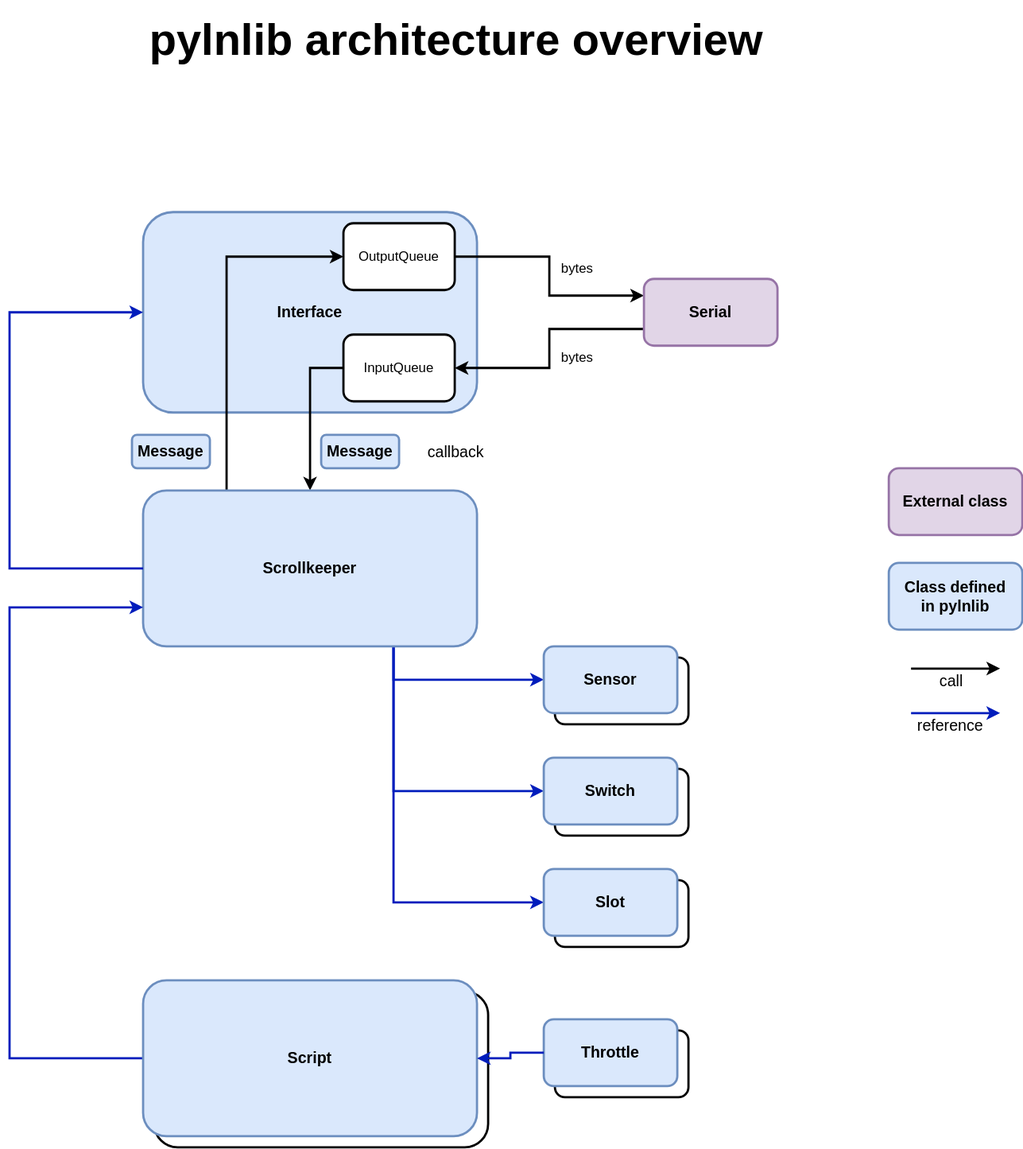
varkenvarken/pylnlib keeps this draw.io diagram as documentation/drawings/pylnlib.drawio.svg. Above is the earlier version. Source tidied: cells renumbered, new cells last; positions are measured from the earlier drawing's top-left corner, leaving out a move shared by most shapes. Its diagram source:
```xml
<mxGraphModel>
  <root>
    <mxCell id="0" />
    <mxCell id="1" parent="0" />
    <mxCell id="2" value="Interface" style="rounded=1;whiteSpace=wrap;html=1;fontStyle=1;fontSize=14;strokeWidth=2;fillColor=#dae8fc;strokeColor=#6c8ebf;" parent="1" vertex="1">
      <mxGeometry x="120" y="190" width="300" height="180" as="geometry" />
    </mxCell>
    <mxCell id="3" style="edgeStyle=orthogonalEdgeStyle;rounded=0;jettySize=auto;html=1;exitX=1;exitY=0.5;exitDx=0;exitDy=0;entryX=0;entryY=0.25;entryDx=0;entryDy=0;strokeWidth=2;" parent="1" edge="1" source="4" target="8">
      <mxGeometry relative="1" as="geometry" />
    </mxCell>
    <mxCell id="4" value="OutputQueue" style="rounded=1;whiteSpace=wrap;html=1;strokeWidth=2;" parent="1" vertex="1">
      <mxGeometry x="300" y="200" width="100" height="60" as="geometry" />
    </mxCell>
    <mxCell id="5" style="edgeStyle=orthogonalEdgeStyle;rounded=0;jettySize=auto;html=1;exitX=0;exitY=0.5;exitDx=0;exitDy=0;strokeWidth=2;" parent="1" edge="1" source="6" target="13">
      <mxGeometry relative="1" as="geometry">
        <Array as="points">
          <mxPoint x="270" y="330" />
        </Array>
      </mxGeometry>
    </mxCell>
    <mxCell id="6" value="InputQueue" style="rounded=1;whiteSpace=wrap;html=1;strokeWidth=2;" parent="1" vertex="1">
      <mxGeometry x="300" y="300" width="100" height="60" as="geometry" />
    </mxCell>
    <mxCell id="7" style="edgeStyle=orthogonalEdgeStyle;rounded=0;jettySize=auto;html=1;exitX=0;exitY=0.75;exitDx=0;exitDy=0;strokeWidth=2;" parent="1" edge="1" source="8" target="6">
      <mxGeometry relative="1" as="geometry" />
    </mxCell>
    <mxCell id="8" value="Serial" style="rounded=1;whiteSpace=wrap;html=1;fontStyle=1;fontSize=14;strokeWidth=2;fillColor=#e1d5e7;strokeColor=#9673a6;" parent="1" vertex="1">
      <mxGeometry x="570" y="250" width="120" height="60" as="geometry" />
    </mxCell>
    <mxCell id="9" style="edgeStyle=orthogonalEdgeStyle;rounded=0;jettySize=auto;html=1;exitX=0.25;exitY=0;exitDx=0;exitDy=0;entryX=0;entryY=0.5;entryDx=0;entryDy=0;strokeWidth=2;" parent="1" edge="1" source="13" target="4">
      <mxGeometry relative="1" as="geometry" />
    </mxCell>
    <mxCell id="10" style="edgeStyle=orthogonalEdgeStyle;rounded=0;jettySize=auto;html=1;exitX=0.75;exitY=1;exitDx=0;exitDy=0;strokeWidth=2;fillColor=#0050ef;strokeColor=#001DBC;" parent="1" edge="1" source="13" target="21">
      <mxGeometry relative="1" as="geometry" />
    </mxCell>
    <mxCell id="11" style="edgeStyle=orthogonalEdgeStyle;rounded=0;jettySize=auto;html=1;exitX=0.75;exitY=1;exitDx=0;exitDy=0;entryX=0;entryY=0.5;entryDx=0;entryDy=0;strokeWidth=2;fillColor=#0050ef;strokeColor=#001DBC;" parent="1" edge="1" source="13" target="23">
      <mxGeometry relative="1" as="geometry" />
    </mxCell>
    <mxCell id="12" style="edgeStyle=orthogonalEdgeStyle;rounded=0;jettySize=auto;html=1;exitX=0.75;exitY=1;exitDx=0;exitDy=0;entryX=0;entryY=0.5;entryDx=0;entryDy=0;strokeWidth=2;fillColor=#0050ef;strokeColor=#001DBC;" parent="1" edge="1" source="13" target="25">
      <mxGeometry relative="1" as="geometry" />
    </mxCell>
    <mxCell id="13" value="Scrollkeeper" style="rounded=1;whiteSpace=wrap;html=1;fontStyle=1;fontSize=14;strokeWidth=2;fillColor=#dae8fc;strokeColor=#6c8ebf;" parent="1" vertex="1">
      <mxGeometry x="120" y="440" width="300" height="140" as="geometry" />
    </mxCell>
    <mxCell id="14" value="bytes" style="text;strokeColor=none;fillColor=none;align=left;verticalAlign=middle;spacingLeft=4;spacingRight=4;overflow=hidden;strokeWidth=2;" parent="1" vertex="1">
      <mxGeometry x="490" y="230" width="40" height="20" as="geometry" />
    </mxCell>
    <mxCell id="15" value="bytes" style="text;strokeColor=none;fillColor=none;align=left;verticalAlign=middle;spacingLeft=4;spacingRight=4;overflow=hidden;strokeWidth=2;" parent="1" vertex="1">
      <mxGeometry x="490" y="310" width="40" height="20" as="geometry" />
    </mxCell>
    <mxCell id="16" value="Message" style="rounded=1;whiteSpace=wrap;html=1;fontStyle=1;fontSize=14;strokeWidth=2;fillColor=#dae8fc;strokeColor=#6c8ebf;" parent="1" vertex="1">
      <mxGeometry x="280" y="390" width="70" height="30" as="geometry" />
    </mxCell>
    <mxCell id="17" value="Message" style="rounded=1;whiteSpace=wrap;html=1;fontStyle=1;fontSize=14;strokeWidth=2;fillColor=#dae8fc;strokeColor=#6c8ebf;" parent="1" vertex="1">
      <mxGeometry x="110" y="390" width="70" height="30" as="geometry" />
    </mxCell>
    <mxCell id="18" value="callback" style="text;strokeColor=none;fillColor=none;align=left;verticalAlign=middle;spacingLeft=4;spacingRight=4;overflow=hidden;fontSize=14;strokeWidth=2;" parent="1" vertex="1">
      <mxGeometry x="370" y="390" width="80" height="30" as="geometry" />
    </mxCell>
    <mxCell id="19" style="edgeStyle=orthogonalEdgeStyle;rounded=0;jettySize=auto;html=1;entryX=0;entryY=0.75;entryDx=0;entryDy=0;fontSize=14;strokeWidth=2;fillColor=#0050ef;strokeColor=#001DBC;exitX=0;exitY=0.5;exitDx=0;exitDy=0;" parent="1" edge="1" source="27" target="13">
      <mxGeometry relative="1" as="geometry">
        <Array as="points">
          <mxPoint y="950" />
          <mxPoint y="545" />
        </Array>
      </mxGeometry>
    </mxCell>
    <mxCell id="20" value="Sensor" style="rounded=1;whiteSpace=wrap;html=1;strokeWidth=2;" parent="1" vertex="1">
      <mxGeometry x="490" y="590" width="120" height="60" as="geometry" />
    </mxCell>
    <mxCell id="21" value="&lt;font style=&quot;font-size: 14px;&quot;&gt;Sensor&lt;/font&gt;" style="rounded=1;whiteSpace=wrap;html=1;fontStyle=1;fontSize=14;strokeWidth=2;fillColor=#dae8fc;strokeColor=#6c8ebf;" parent="1" vertex="1">
      <mxGeometry x="480" y="580" width="120" height="60" as="geometry" />
    </mxCell>
    <mxCell id="22" value="Switch" style="rounded=1;whiteSpace=wrap;html=1;strokeWidth=2;" parent="1" vertex="1">
      <mxGeometry x="490" y="690" width="120" height="60" as="geometry" />
    </mxCell>
    <mxCell id="23" value="Switch" style="rounded=1;whiteSpace=wrap;html=1;fontStyle=1;fontSize=14;strokeWidth=2;fillColor=#dae8fc;strokeColor=#6c8ebf;" parent="1" vertex="1">
      <mxGeometry x="480" y="680" width="120" height="60" as="geometry" />
    </mxCell>
    <mxCell id="24" value="Slot" style="rounded=1;whiteSpace=wrap;html=1;strokeWidth=2;" parent="1" vertex="1">
      <mxGeometry x="490" y="790" width="120" height="60" as="geometry" />
    </mxCell>
    <mxCell id="25" value="Slot" style="rounded=1;whiteSpace=wrap;html=1;fontStyle=1;fontSize=14;strokeWidth=2;fillColor=#dae8fc;strokeColor=#6c8ebf;" parent="1" vertex="1">
      <mxGeometry x="480" y="780" width="120" height="60" as="geometry" />
    </mxCell>
    <mxCell id="26" value="Script" style="rounded=1;whiteSpace=wrap;html=1;fontStyle=1;fontSize=14;strokeWidth=2;" parent="1" vertex="1">
      <mxGeometry x="130" y="890" width="300" height="140" as="geometry" />
    </mxCell>
    <mxCell id="27" value="Script" style="rounded=1;whiteSpace=wrap;html=1;fontStyle=1;fontSize=14;strokeWidth=2;fillColor=#dae8fc;strokeColor=#6c8ebf;" parent="1" vertex="1">
      <mxGeometry x="120" y="880" width="300" height="140" as="geometry" />
    </mxCell>
    <mxCell id="28" value="External class" style="rounded=1;whiteSpace=wrap;html=1;fontStyle=1;fontSize=14;strokeWidth=2;fillColor=#e1d5e7;strokeColor=#9673a6;" parent="1" vertex="1">
      <mxGeometry x="790" y="420" width="120" height="60" as="geometry" />
    </mxCell>
    <mxCell id="29" value="&lt;font style=&quot;font-size: 14px;&quot;&gt;Class defined&lt;br&gt;in pylnlib&lt;br&gt;&lt;/font&gt;" style="rounded=1;whiteSpace=wrap;html=1;fontStyle=1;fontSize=14;strokeWidth=2;fillColor=#dae8fc;strokeColor=#6c8ebf;" parent="1" vertex="1">
      <mxGeometry x="790" y="505" width="120" height="60" as="geometry" />
    </mxCell>
    <mxCell id="30" style="endArrow=classic;html=1;rounded=0;fontSize=14;strokeWidth=2;endFill=1;" parent="1" edge="1">
      <mxGeometry relative="1" as="geometry">
        <mxPoint x="810" y="600" as="sourcePoint" />
        <mxPoint x="890" y="600" as="targetPoint" />
      </mxGeometry>
    </mxCell>
    <mxCell id="31" value="call" style="text;strokeColor=none;fillColor=none;align=left;verticalAlign=middle;spacingLeft=4;spacingRight=4;overflow=hidden;fontSize=14;" parent="1" vertex="1">
      <mxGeometry x="830" y="600" width="30" height="20" as="geometry" />
    </mxCell>
    <mxCell id="32" style="endArrow=classic;html=1;rounded=0;fontSize=14;strokeWidth=2;fillColor=#0050ef;strokeColor=#001DBC;endFill=1;" parent="1" edge="1">
      <mxGeometry relative="1" as="geometry">
        <mxPoint x="810" y="640" as="sourcePoint" />
        <mxPoint x="890" y="640" as="targetPoint" />
      </mxGeometry>
    </mxCell>
    <mxCell id="33" value="reference" style="text;strokeColor=none;fillColor=none;align=left;verticalAlign=middle;spacingLeft=4;spacingRight=4;overflow=hidden;fontSize=14;" parent="1" vertex="1">
      <mxGeometry x="810" y="640" width="70" height="20" as="geometry" />
    </mxCell>
    <mxCell id="34" value="pylnlib architecture overview" style="text;strokeColor=none;fillColor=none;align=left;verticalAlign=middle;spacingLeft=4;spacingRight=4;overflow=hidden;fontSize=40;fontStyle=1;" parent="1" vertex="1">
      <mxGeometry x="120" width="570" height="60" as="geometry" />
    </mxCell>
    <mxCell id="35" style="edgeStyle=orthogonalEdgeStyle;rounded=0;jettySize=auto;html=1;exitX=0;exitY=0.5;exitDx=0;exitDy=0;fontSize=14;strokeWidth=2;fillColor=#0050ef;strokeColor=#001DBC;entryX=0;entryY=0.5;entryDx=0;entryDy=0;" parent="1" edge="1" source="13" target="2">
      <mxGeometry relative="1" as="geometry">
        <Array as="points">
          <mxPoint y="510" />
          <mxPoint y="280" />
        </Array>
      </mxGeometry>
    </mxCell>
    <mxCell id="36" value="Script" style="rounded=1;whiteSpace=wrap;html=1;fontStyle=1;fontSize=14;strokeWidth=2;" parent="1" vertex="1">
      <mxGeometry x="490" y="925" width="120" height="60" as="geometry" />
    </mxCell>
    <mxCell id="37" value="Throttle" style="rounded=1;whiteSpace=wrap;html=1;fontStyle=1;fontSize=14;strokeWidth=2;fillColor=#dae8fc;strokeColor=#6c8ebf;" parent="1" vertex="1">
      <mxGeometry x="480" y="915" width="120" height="60" as="geometry" />
    </mxCell>
    <mxCell id="38" style="edgeStyle=orthogonalEdgeStyle;rounded=0;jettySize=auto;html=1;exitX=0;exitY=0.5;exitDx=0;exitDy=0;entryX=1;entryY=0.5;entryDx=0;entryDy=0;strokeWidth=2;fillColor=#0050ef;strokeColor=#001DBC;" parent="1" edge="1" source="37" target="27">
      <mxGeometry relative="1" as="geometry" />
    </mxCell>
  </root>
</mxGraphModel>
```
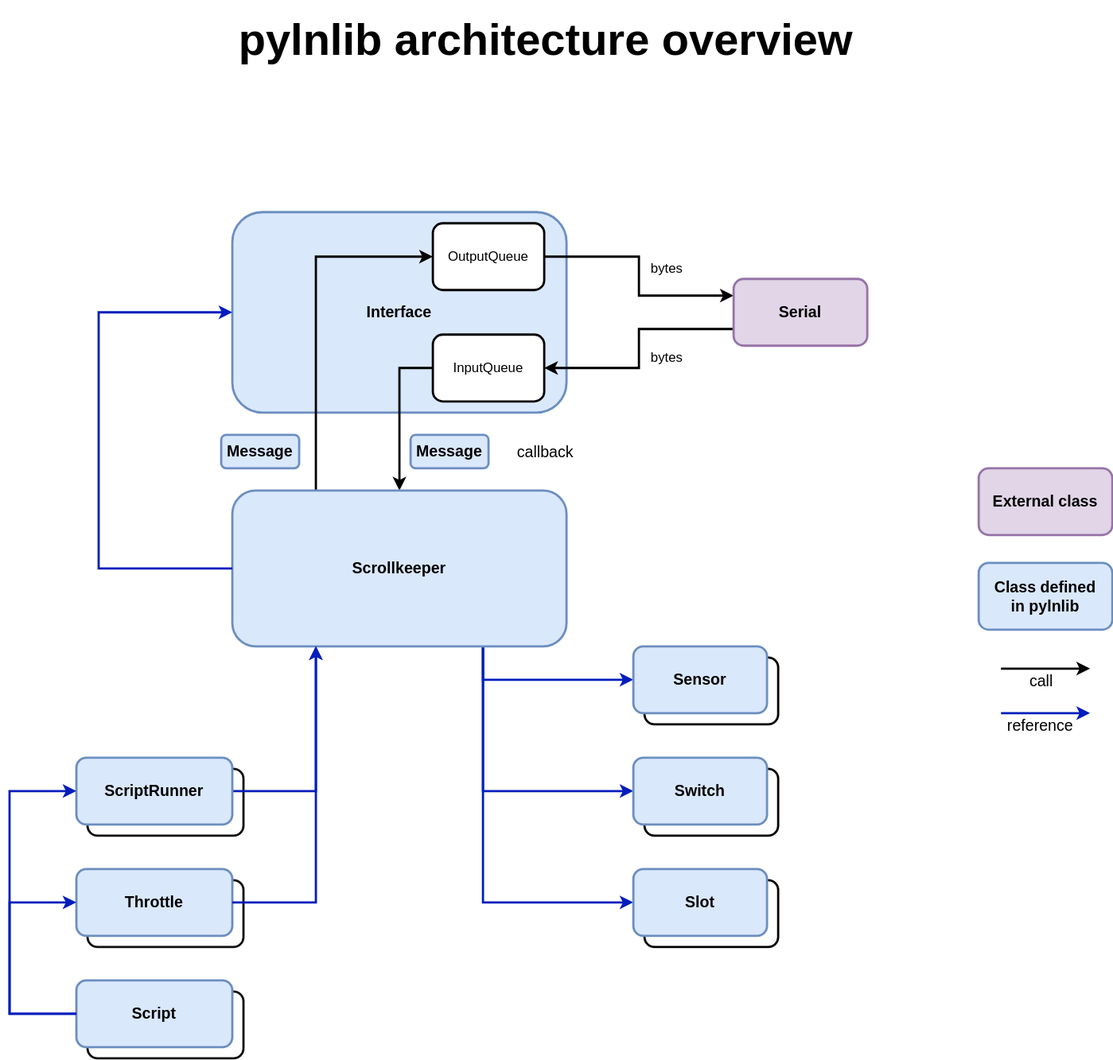
After the change.

The edit, as a diff of the source:
```diff
@@ -2,6 +2,15 @@
   <root>
     <mxCell id="0" />
     <mxCell id="1" parent="0" />
+    <mxCell id="39" value="Throttle" style="rounded=1;whiteSpace=wrap;html=1;fontStyle=1;fontSize=14;strokeWidth=2;fillColor=none;strokeColor=#0D0D0D;" parent="1" vertex="1">
+      <mxGeometry x="-10" y="790" width="140" height="60" as="geometry" />
+    </mxCell>
+    <mxCell id="40" value="ScriptRunner" style="rounded=1;whiteSpace=wrap;html=1;fontStyle=1;fontSize=14;strokeWidth=2;fillColor=none;strokeColor=#0D0D0D;" parent="1" vertex="1">
+      <mxGeometry x="-10" y="890" width="140" height="60" as="geometry" />
+    </mxCell>
+    <mxCell id="41" value="ScriptRunner" style="rounded=1;whiteSpace=wrap;html=1;fontStyle=1;fontSize=14;strokeWidth=2;fillColor=none;strokeColor=#0D0D0D;" parent="1" vertex="1">
+      <mxGeometry x="-10" y="690" width="140" height="60" as="geometry" />
+    </mxCell>
     <mxCell id="2" value="Interface" style="rounded=1;whiteSpace=wrap;html=1;fontStyle=1;fontSize=14;strokeWidth=2;fillColor=#dae8fc;strokeColor=#6c8ebf;" parent="1" vertex="1">
       <mxGeometry x="120" y="190" width="300" height="180" as="geometry" />
     </mxCell>
@@ -57,11 +66,10 @@
     <mxCell id="18" value="callback" style="text;strokeColor=none;fillColor=none;align=left;verticalAlign=middle;spacingLeft=4;spacingRight=4;overflow=hidden;fontSize=14;strokeWidth=2;" parent="1" vertex="1">
       <mxGeometry x="370" y="390" width="80" height="30" as="geometry" />
     </mxCell>
-    <mxCell id="19" style="edgeStyle=orthogonalEdgeStyle;rounded=0;jettySize=auto;html=1;entryX=0;entryY=0.75;entryDx=0;entryDy=0;fontSize=14;strokeWidth=2;fillColor=#0050ef;strokeColor=#001DBC;exitX=0;exitY=0.5;exitDx=0;exitDy=0;" parent="1" edge="1" source="27" target="13">
+    <mxCell id="19" style="edgeStyle=orthogonalEdgeStyle;rounded=0;jettySize=auto;html=1;entryX=0.25;entryY=1;entryDx=0;entryDy=0;fontSize=14;strokeWidth=2;fillColor=#0050ef;strokeColor=#001DBC;exitX=1;exitY=0.5;exitDx=0;exitDy=0;" parent="1" edge="1" source="27" target="13">
       <mxGeometry relative="1" as="geometry">
         <Array as="points">
-          <mxPoint y="950" />
-          <mxPoint y="545" />
+          <mxPoint x="195" y="710" />
         </Array>
       </mxGeometry>
     </mxCell>
@@ -83,11 +91,8 @@
     <mxCell id="25" value="Slot" style="rounded=1;whiteSpace=wrap;html=1;fontStyle=1;fontSize=14;strokeWidth=2;fillColor=#dae8fc;strokeColor=#6c8ebf;" parent="1" vertex="1">
       <mxGeometry x="480" y="780" width="120" height="60" as="geometry" />
     </mxCell>
-    <mxCell id="26" value="Script" style="rounded=1;whiteSpace=wrap;html=1;fontStyle=1;fontSize=14;strokeWidth=2;" parent="1" vertex="1">
-      <mxGeometry x="130" y="890" width="300" height="140" as="geometry" />
-    </mxCell>
-    <mxCell id="27" value="Script" style="rounded=1;whiteSpace=wrap;html=1;fontStyle=1;fontSize=14;strokeWidth=2;fillColor=#dae8fc;strokeColor=#6c8ebf;" parent="1" vertex="1">
-      <mxGeometry x="120" y="880" width="300" height="140" as="geometry" />
+    <mxCell id="27" value="ScriptRunner" style="rounded=1;whiteSpace=wrap;html=1;fontStyle=1;fontSize=14;strokeWidth=2;fillColor=#dae8fc;strokeColor=#6c8ebf;" parent="1" vertex="1">
+      <mxGeometry x="-20" y="680" width="140" height="60" as="geometry" />
     </mxCell>
     <mxCell id="28" value="External class" style="rounded=1;whiteSpace=wrap;html=1;fontStyle=1;fontSize=14;strokeWidth=2;fillColor=#e1d5e7;strokeColor=#9673a6;" parent="1" vertex="1">
       <mxGeometry x="790" y="420" width="120" height="60" as="geometry" />
@@ -124,14 +129,35 @@
         </Array>
       </mxGeometry>
     </mxCell>
-    <mxCell id="36" value="Script" style="rounded=1;whiteSpace=wrap;html=1;fontStyle=1;fontSize=14;strokeWidth=2;" parent="1" vertex="1">
-      <mxGeometry x="490" y="925" width="120" height="60" as="geometry" />
-    </mxCell>
     <mxCell id="37" value="Throttle" style="rounded=1;whiteSpace=wrap;html=1;fontStyle=1;fontSize=14;strokeWidth=2;fillColor=#dae8fc;strokeColor=#6c8ebf;" parent="1" vertex="1">
-      <mxGeometry x="480" y="915" width="120" height="60" as="geometry" />
+      <mxGeometry x="-20" y="780" width="140" height="60" as="geometry" />
     </mxCell>
-    <mxCell id="38" style="edgeStyle=orthogonalEdgeStyle;rounded=0;jettySize=auto;html=1;exitX=0;exitY=0.5;exitDx=0;exitDy=0;entryX=1;entryY=0.5;entryDx=0;entryDy=0;strokeWidth=2;fillColor=#0050ef;strokeColor=#001DBC;" parent="1" edge="1" source="37" target="27">
-      <mxGeometry relative="1" as="geometry" />
+    <mxCell id="38" style="edgeStyle=orthogonalEdgeStyle;rounded=0;jettySize=auto;html=1;entryX=1;entryY=0.5;entryDx=0;entryDy=0;strokeWidth=2;fillColor=#0050ef;strokeColor=#001DBC;exitX=0.25;exitY=1;exitDx=0;exitDy=0;startArrow=classic;startFill=1;endArrow=none;endFill=0;" parent="1" edge="1" source="13" target="37">
+      <mxGeometry relative="1" as="geometry">
+        <Array as="points">
+          <mxPoint x="195" y="810" />
+        </Array>
+      </mxGeometry>
     </mxCell>
+    <mxCell id="42" value="Script" style="rounded=1;whiteSpace=wrap;html=1;fontStyle=1;fontSize=14;strokeWidth=2;fillColor=#dae8fc;strokeColor=#6c8ebf;" parent="1" vertex="1">
+      <mxGeometry x="-20" y="880" width="140" height="60" as="geometry" />
+    </mxCell>
+    <mxCell id="43" style="edgeStyle=orthogonalEdgeStyle;rounded=0;jettySize=auto;html=1;entryX=0;entryY=0.5;entryDx=0;entryDy=0;strokeWidth=2;fillColor=#0050ef;strokeColor=#001DBC;exitX=0;exitY=0.5;exitDx=0;exitDy=0;startArrow=classic;startFill=1;endArrow=none;endFill=0;" parent="1" edge="1" source="27" target="42">
+      <mxGeometry relative="1" as="geometry">
+        <Array as="points">
+          <mxPoint x="-80" y="710" />
+          <mxPoint x="-80" y="910" />
+        </Array>
+      </mxGeometry>
+    </mxCell>
+    <mxCell id="44" style="edgeStyle=orthogonalEdgeStyle;rounded=0;jettySize=auto;html=1;strokeWidth=2;fillColor=#0050ef;strokeColor=#001DBC;exitX=0;exitY=0.5;exitDx=0;exitDy=0;startArrow=classic;startFill=1;endArrow=none;endFill=0;" parent="1" edge="1" source="37">
+      <mxGeometry relative="1" as="geometry">
+        <mxPoint x="-20" y="910" as="targetPoint" />
+        <Array as="points">
+          <mxPoint x="-80" y="810" />
+          <mxPoint x="-80" y="910" />
+        </Array>
+      </mxGeometry>
+    </mxCell>
   </root>
 </mxGraphModel>
```
